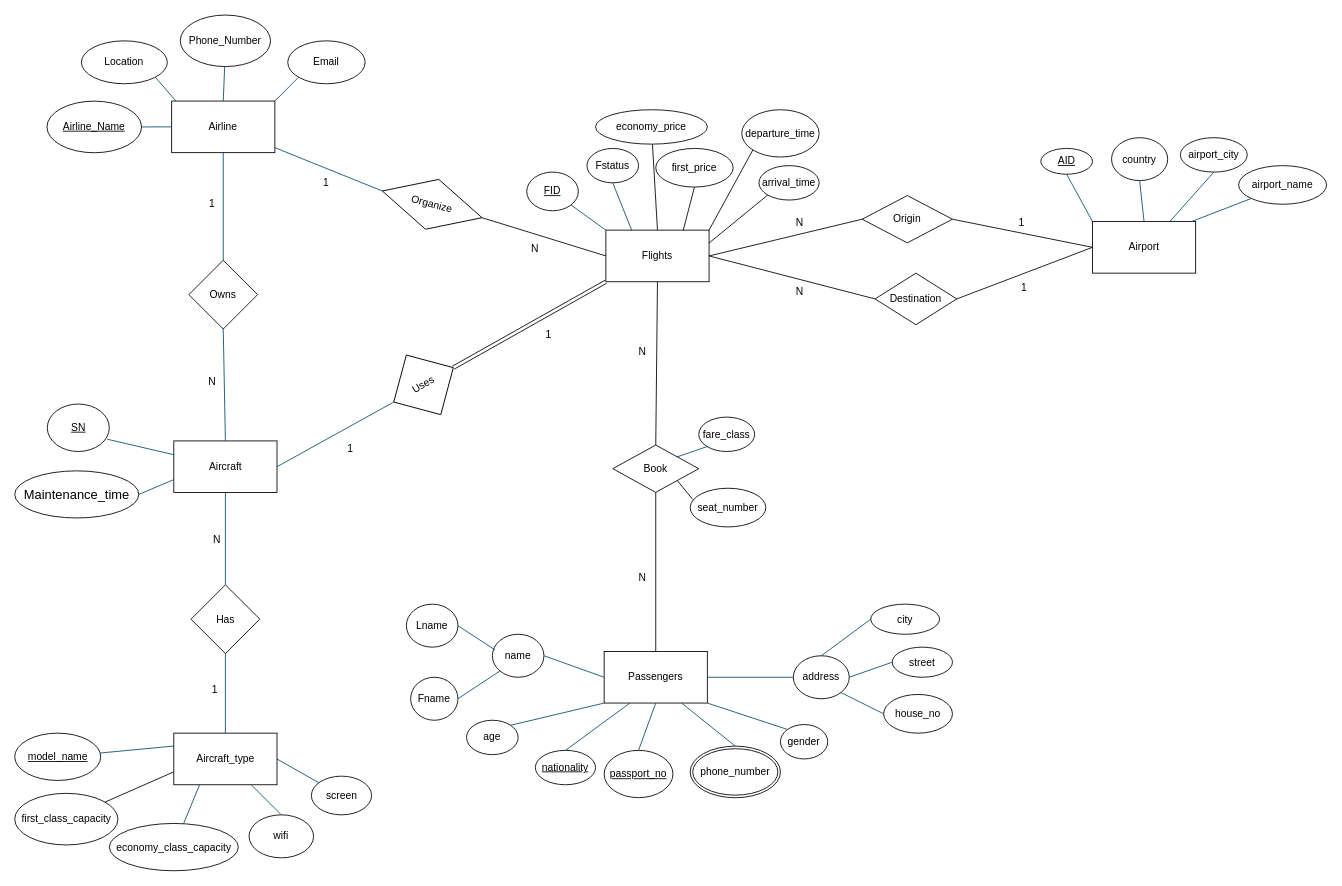
The draw.io diagram page "ER-diagram" (1 of 10) of Airport-DBMS.drawio in AbdullahKhkmba/Airport-DBMS, before the edit. Source tidied: cells renumbered, new cells numbered last; positions are measured from the earlier drawing's top-left corner, leaving out a move shared by most shapes. Both pictures are drawn from the tidied source at 86%, with x=0, y=0 at pixel (15, 15).
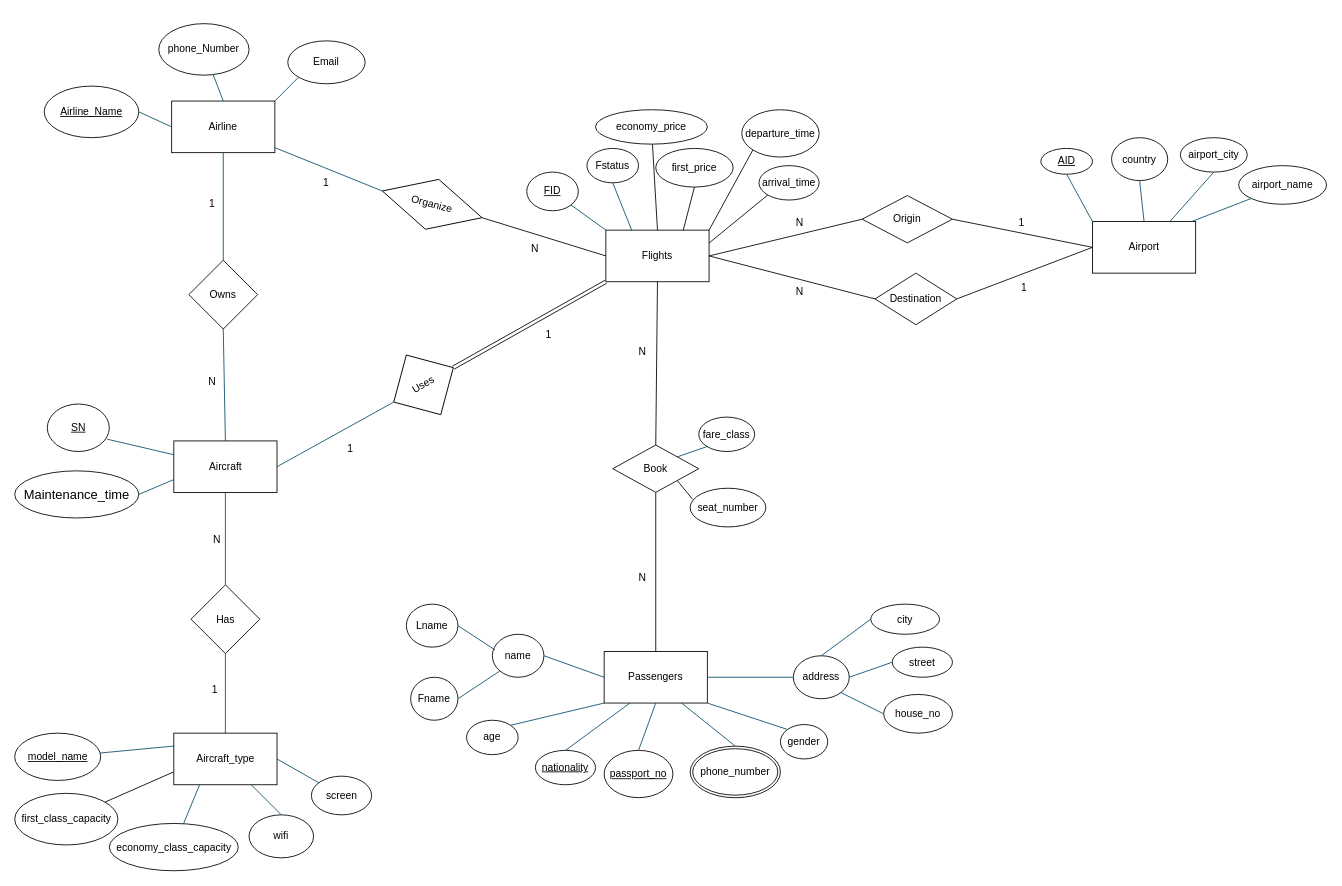
Above is the later version.

What changed in the source:
```diff
@@
     <mxCell id="71" value="&lt;u&gt;Airline_Name&lt;/u&gt;" style="ellipse;whiteSpace=wrap;html=1;labelBackgroundColor=none;" parent="1" vertex="1">
-      <mxGeometry x="37.1" y="100.1" width="110" height="60" as="geometry" />
+      <mxGeometry x="33.9" y="82.6" width="110" height="60" as="geometry" />
     </mxCell>
@@
-    <mxCell id="73" value="Location" style="ellipse;whiteSpace=wrap;html=1;labelBackgroundColor=none;" parent="1" vertex="1">
-      <mxGeometry x="77.1" y="30" width="100" height="49.9" as="geometry" />
-    </mxCell>
-    <mxCell id="74" value="Phone_Number" style="ellipse;whiteSpace=wrap;html=1;labelBackgroundColor=none;" parent="1" vertex="1">
-      <mxGeometry x="192.1" width="105" height="59.9" as="geometry" />
+    <mxCell id="74" value="phone_Number" style="ellipse;whiteSpace=wrap;html=1;labelBackgroundColor=none;" parent="1" vertex="1">
+      <mxGeometry x="167.1" y="10" width="105" height="59.9" as="geometry" />
     </mxCell>
@@
-    <mxCell id="76" style="endArrow=none;html=1;rounded=0;strokeColor=#0B4D6A;exitX=1;exitY=1;exitDx=0;exitDy=0;labelBackgroundColor=none;fontColor=default;" parent="1" edge="1" source="73">
-      <mxGeometry relative="1" as="geometry">
-        <mxPoint x="187.1" y="100" as="targetPoint" />
-      </mxGeometry>
-    </mxCell>
```
